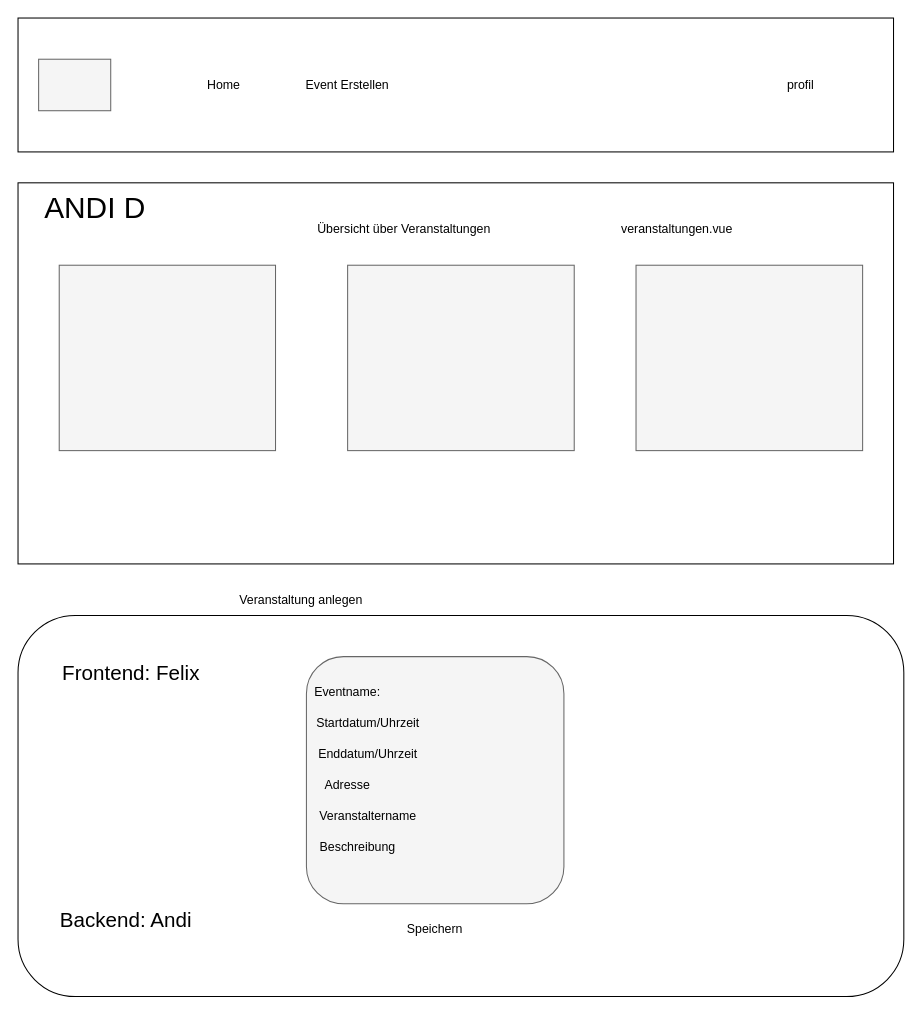
Earlier version of the draw.io diagram sketchEvents.drawio (thi24/architecture). Source tidied: cells renumbered, new cells numbered last; positions are measured from the earlier drawing's top-left corner, leaving out a move shared by most shapes. Both pictures are drawn from the tidied source at 103%, with x=0, y=0 at pixel (18, 18).
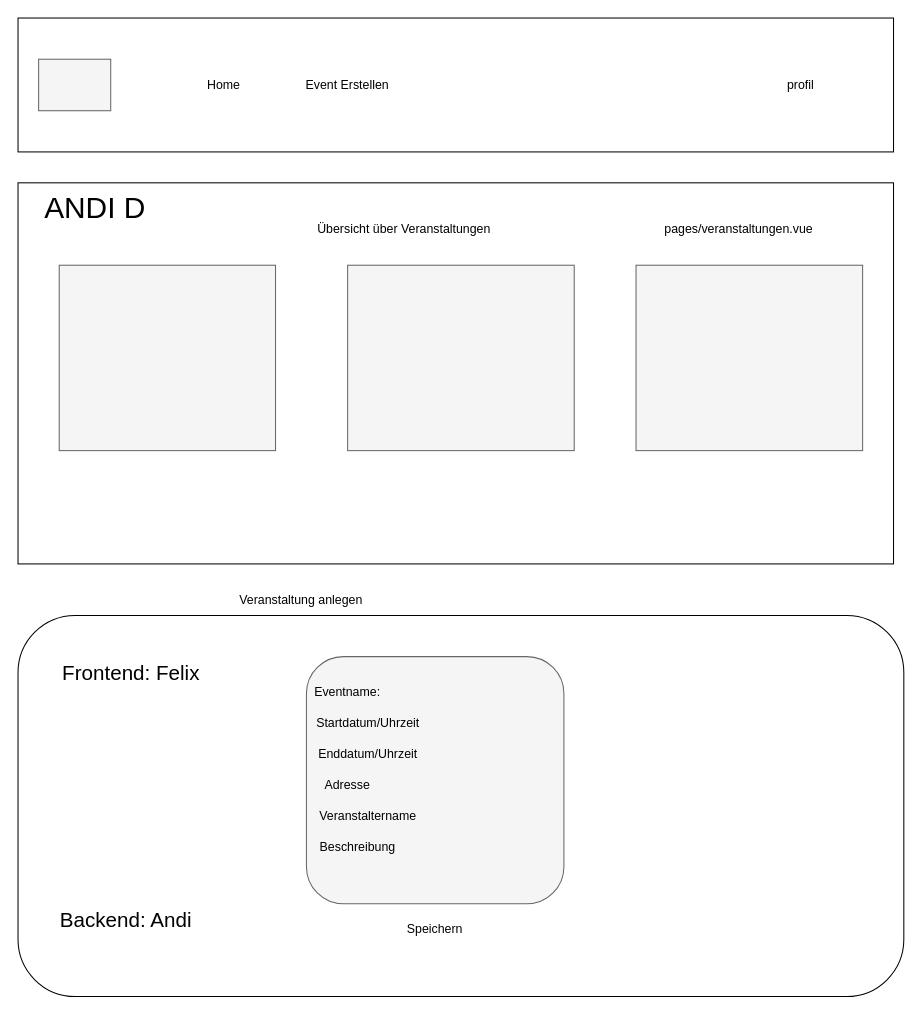
The same page after the edit.

Diff of the diagram source:
```diff
@@
-    <mxCell id="12" value="veranstaltungen.vue" style="text;html=1;align=center;verticalAlign=middle;whiteSpace=wrap;rounded=0;" parent="1" vertex="1">
-      <mxGeometry x="550" y="190" width="180" height="30" as="geometry" />
+    <mxCell id="12" value="pages/veranstaltungen.vue" style="text;html=1;align=center;verticalAlign=middle;whiteSpace=wrap;rounded=0;" parent="1" vertex="1">
+      <mxGeometry x="610" y="190" width="180" height="30" as="geometry" />
     </mxCell>
```
